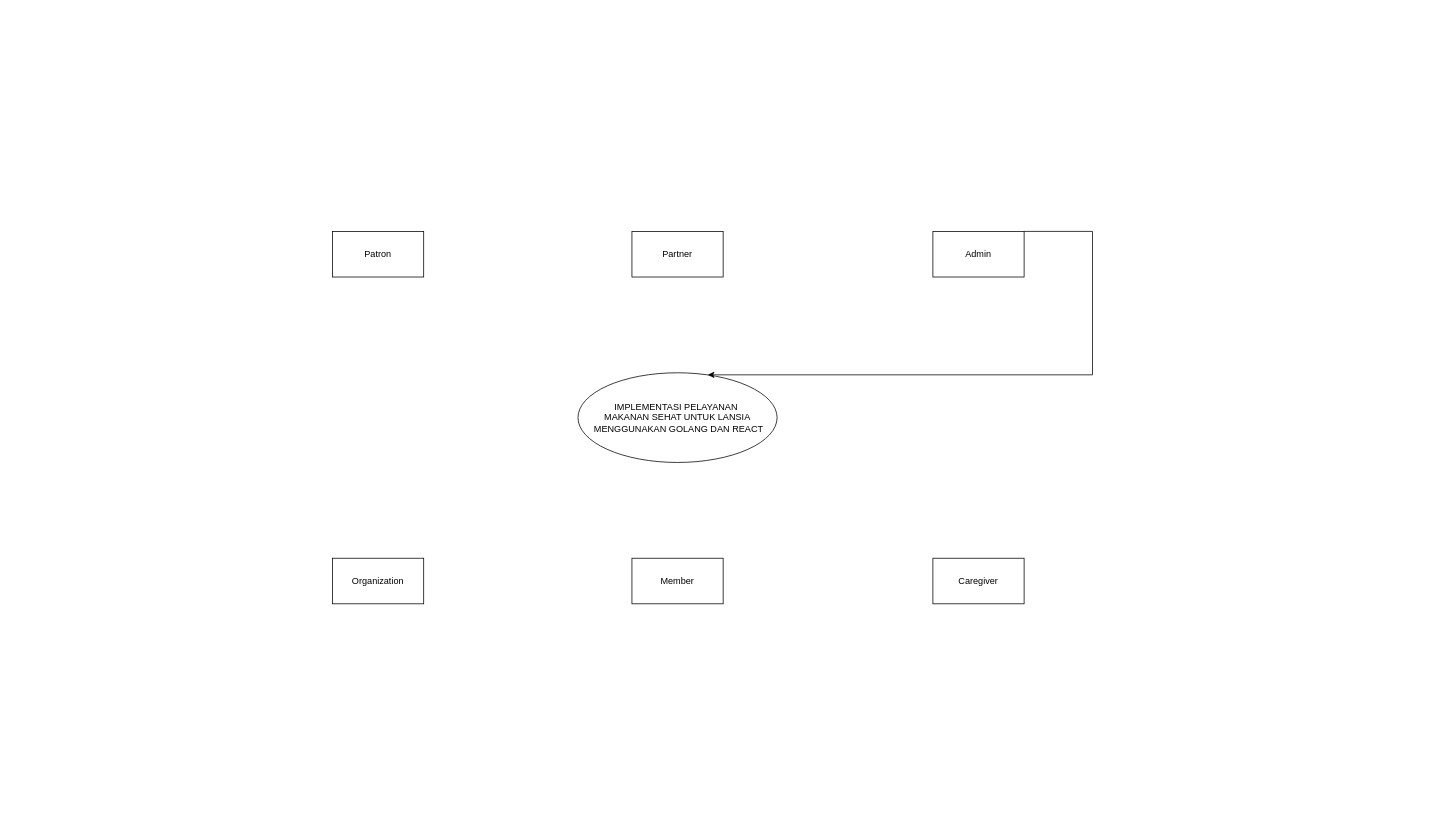
nathanieee/meals-backend keeps this draw.io diagram as Meals. (DFD).drawio. Above is the earlier version. Source tidied: cells renumbered, new cells numbered last; positions are measured from the earlier drawing's top-left corner, leaving out a move shared by most shapes. Both pictures are drawn from the tidied source at 76%, with x=0, y=0 at pixel (332, 231).
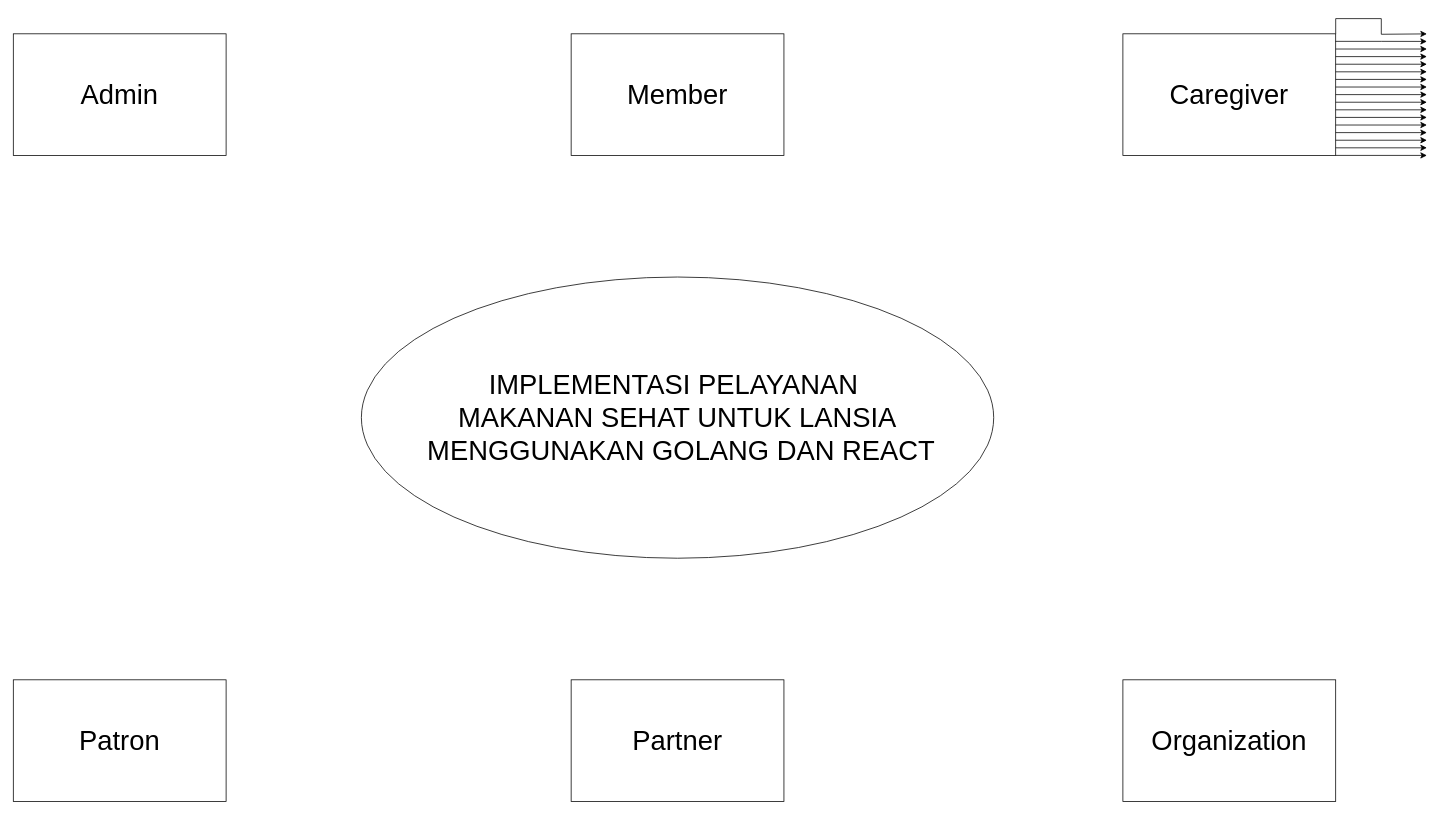
After the change.

What changed in the source:
```diff
@@
+    <mxCell id="3" value="&lt;span style=&quot;font-weight: normal; font-size: 36px;&quot;&gt;&lt;font style=&quot;font-size: 36px;&quot;&gt;IMPLEMENTASI PELAYANAN&amp;nbsp;&lt;/font&gt;&lt;/span&gt;&lt;div style=&quot;font-size: 36px;&quot;&gt;&lt;span style=&quot;font-weight: normal;&quot;&gt;&lt;font style=&quot;font-size: 36px;&quot;&gt;MAKANAN SEHAT UNTUK LANSIA&lt;/font&gt;&lt;/span&gt;&lt;/div&gt;&lt;div style=&quot;font-size: 36px;&quot;&gt;&lt;span style=&quot;font-weight: normal;&quot;&gt;&lt;font style=&quot;font-size: 36px;&quot;&gt;&amp;nbsp;MENGGUNAKAN GOLANG DAN REACT&lt;/font&gt;&lt;/span&gt;&lt;/div&gt;" style="ellipse;whiteSpace=wrap;html=1;fontStyle=1;" parent="1" vertex="1">
+      <mxGeometry x="38" y="60" width="832" height="370" as="geometry" />
+    </mxCell>
+    <mxCell id="10" style="edgeStyle=orthogonalEdgeStyle;rounded=0;jettySize=auto;html=1;exitX=1;exitY=0;exitDx=0;exitDy=0;" parent="1" edge="1" source="5">
+      <mxGeometry relative="1" as="geometry">
+        <mxPoint x="1440" y="-259.9" as="targetPoint" />
+      </mxGeometry>
+    </mxCell>
+    <mxCell id="5" value="&lt;font style=&quot;font-size: 36px;&quot;&gt;Caregiver&lt;/font&gt;" style="rounded=0;whiteSpace=wrap;html=1;" parent="1" vertex="1">
+      <mxGeometry x="1040" y="-260" width="280" height="160" as="geometry" />
+    </mxCell>
+    <mxCell id="4" value="&lt;font style=&quot;font-size: 36px;&quot;&gt;Member&lt;/font&gt;" style="rounded=0;whiteSpace=wrap;html=1;" parent="1" vertex="1">
+      <mxGeometry x="314" y="-260" width="280" height="160" as="geometry" />
+    </mxCell>
-    <mxCell id="2" value="Admin" style="rounded=0;whiteSpace=wrap;html=1;" parent="1" vertex="1">
-      <mxGeometry x="790" width="120" height="60" as="geometry" />
+    <mxCell id="2" value="&lt;font style=&quot;font-size: 36px;&quot;&gt;Admin&lt;/font&gt;" style="rounded=0;whiteSpace=wrap;html=1;" parent="1" vertex="1">
+      <mxGeometry x="-420" y="-260" width="280" height="160" as="geometry" />
     </mxCell>
-    <mxCell id="3" value="&lt;span style=&quot;font-weight: normal;&quot;&gt;IMPLEMENTASI PELAYANAN&amp;nbsp;&lt;/span&gt;&lt;div&gt;&lt;span style=&quot;font-weight: normal;&quot;&gt;MAKANAN SEHAT UNTUK LANSIA&lt;/span&gt;&lt;/div&gt;&lt;div&gt;&lt;span style=&quot;font-weight: normal;&quot;&gt;&amp;nbsp;MENGGUNAKAN GOLANG DAN REACT&lt;/span&gt;&lt;/div&gt;" style="ellipse;whiteSpace=wrap;html=1;fontStyle=1;" parent="1" vertex="1">
-      <mxGeometry x="323" y="186" width="262" height="118" as="geometry" />
-    </mxCell>
-    <mxCell id="4" value="Member" style="rounded=0;whiteSpace=wrap;html=1;" parent="1" vertex="1">
-      <mxGeometry x="394" y="430" width="120" height="60" as="geometry" />
-    </mxCell>
-    <mxCell id="5" value="Caregiver" style="rounded=0;whiteSpace=wrap;html=1;" parent="1" vertex="1">
-      <mxGeometry x="790" y="430" width="120" height="60" as="geometry" />
-    </mxCell>
+    <mxCell id="8" value="&lt;font style=&quot;font-size: 36px;&quot;&gt;Patron&lt;/font&gt;" style="rounded=0;whiteSpace=wrap;html=1;" parent="1" vertex="1">
+      <mxGeometry x="-420" y="590" width="280" height="160" as="geometry" />
+    </mxCell>
-    <mxCell id="6" value="Partner" style="rounded=0;whiteSpace=wrap;html=1;" parent="1" vertex="1">
-      <mxGeometry x="394" width="120" height="60" as="geometry" />
+    <mxCell id="6" value="&lt;font style=&quot;font-size: 36px;&quot;&gt;Partner&lt;/font&gt;" style="rounded=0;whiteSpace=wrap;html=1;" parent="1" vertex="1">
+      <mxGeometry x="314" y="590" width="280" height="160" as="geometry" />
     </mxCell>
-    <mxCell id="7" value="Organization" style="rounded=0;whiteSpace=wrap;html=1;" parent="1" vertex="1">
-      <mxGeometry y="430" width="120" height="60" as="geometry" />
+    <mxCell id="7" value="&lt;font style=&quot;font-size: 36px;&quot;&gt;Organization&lt;/font&gt;" style="rounded=0;whiteSpace=wrap;html=1;" parent="1" vertex="1">
+      <mxGeometry x="1040" y="590" width="280" height="160" as="geometry" />
     </mxCell>
-    <mxCell id="8" value="Patron" style="rounded=0;whiteSpace=wrap;html=1;" parent="1" vertex="1">
-      <mxGeometry width="120" height="60" as="geometry" />
-    </mxCell>
-    <mxCell id="9" style="edgeStyle=orthogonalEdgeStyle;rounded=0;jettySize=auto;html=1;exitX=1;exitY=0;exitDx=0;exitDy=0;entryX=0.652;entryY=0.023;entryDx=0;entryDy=0;entryPerimeter=0;" parent="1" edge="1" source="2" target="3">
-      <mxGeometry relative="1" as="geometry">
-        <Array as="points">
-          <mxPoint x="1000" />
-          <mxPoint x="1000" y="189" />
-        </Array>
-      </mxGeometry>
-    </mxCell>
+    <mxCell id="11" style="edgeStyle=orthogonalEdgeStyle;jettySize=auto;html=1;rounded=0;exitX=0.999;exitY=0.062;exitDx=0;exitDy=0;exitPerimeter=0;" parent="1" edge="1" source="5">
+      <mxGeometry relative="1" as="geometry">
+        <mxPoint x="1440" y="-250" as="targetPoint" />
+      </mxGeometry>
+    </mxCell>
+    <mxCell id="12" style="edgeStyle=orthogonalEdgeStyle;orthogonalLoop=1;jettySize=auto;html=1;rounded=0;exitX=0.999;exitY=0.062;exitDx=0;exitDy=0;exitPerimeter=0;" parent="1" edge="1">
+      <mxGeometry relative="1" as="geometry">
+        <mxPoint x="1320" y="-240" as="sourcePoint" />
+        <mxPoint x="1440" y="-240" as="targetPoint" />
+      </mxGeometry>
+    </mxCell>
+    <mxCell id="13" style="edgeStyle=orthogonalEdgeStyle;orthogonalLoop=1;jettySize=auto;html=1;rounded=0;exitX=0.999;exitY=0.062;exitDx=0;exitDy=0;exitPerimeter=0;" parent="1" edge="1">
+      <mxGeometry relative="1" as="geometry">
+        <mxPoint x="1320" y="-230" as="sourcePoint" />
+        <mxPoint x="1440" y="-230" as="targetPoint" />
+      </mxGeometry>
+    </mxCell>
+    <mxCell id="14" style="edgeStyle=orthogonalEdgeStyle;orthogonalLoop=1;jettySize=auto;html=1;rounded=0;exitX=0.999;exitY=0.062;exitDx=0;exitDy=0;exitPerimeter=0;" parent="1" edge="1">
+      <mxGeometry relative="1" as="geometry">
+        <mxPoint x="1320" y="-220" as="sourcePoint" />
+        <mxPoint x="1440" y="-220" as="targetPoint" />
+      </mxGeometry>
+    </mxCell>
+    <mxCell id="15" style="edgeStyle=orthogonalEdgeStyle;orthogonalLoop=1;jettySize=auto;html=1;rounded=0;exitX=0.999;exitY=0.062;exitDx=0;exitDy=0;exitPerimeter=0;" parent="1" edge="1">
+      <mxGeometry relative="1" as="geometry">
+        <mxPoint x="1320" y="-210" as="sourcePoint" />
+        <mxPoint x="1440" y="-210" as="targetPoint" />
+      </mxGeometry>
+    </mxCell>
+    <mxCell id="16" style="edgeStyle=orthogonalEdgeStyle;orthogonalLoop=1;jettySize=auto;html=1;rounded=0;exitX=0.999;exitY=0.062;exitDx=0;exitDy=0;exitPerimeter=0;" parent="1" edge="1">
+      <mxGeometry relative="1" as="geometry">
+        <mxPoint x="1320" y="-200" as="sourcePoint" />
+        <mxPoint x="1440" y="-200" as="targetPoint" />
+      </mxGeometry>
+    </mxCell>
+    <mxCell id="17" style="edgeStyle=orthogonalEdgeStyle;orthogonalLoop=1;jettySize=auto;html=1;rounded=0;exitX=0.999;exitY=0.062;exitDx=0;exitDy=0;exitPerimeter=0;" parent="1" edge="1">
+      <mxGeometry relative="1" as="geometry">
+        <mxPoint x="1320" y="-190" as="sourcePoint" />
+        <mxPoint x="1440" y="-190" as="targetPoint" />
+      </mxGeometry>
+    </mxCell>
+    <mxCell id="18" style="edgeStyle=orthogonalEdgeStyle;orthogonalLoop=1;jettySize=auto;html=1;rounded=0;exitX=0.999;exitY=0.062;exitDx=0;exitDy=0;exitPerimeter=0;" parent="1" edge="1">
+      <mxGeometry relative="1" as="geometry">
+        <mxPoint x="1320" y="-180" as="sourcePoint" />
+        <mxPoint x="1440" y="-180" as="targetPoint" />
+      </mxGeometry>
+    </mxCell>
+    <mxCell id="19" style="edgeStyle=orthogonalEdgeStyle;orthogonalLoop=1;jettySize=auto;html=1;rounded=0;exitX=0.999;exitY=0.062;exitDx=0;exitDy=0;exitPerimeter=0;" parent="1" edge="1">
+      <mxGeometry relative="1" as="geometry">
+        <mxPoint x="1320" y="-170" as="sourcePoint" />
+        <mxPoint x="1440" y="-170" as="targetPoint" />
+      </mxGeometry>
+    </mxCell>
+    <mxCell id="20" style="edgeStyle=orthogonalEdgeStyle;orthogonalLoop=1;jettySize=auto;html=1;rounded=0;exitX=0.999;exitY=0.062;exitDx=0;exitDy=0;exitPerimeter=0;" parent="1" edge="1">
+      <mxGeometry relative="1" as="geometry">
+        <mxPoint x="1320" y="-160" as="sourcePoint" />
+        <mxPoint x="1440" y="-160" as="targetPoint" />
+      </mxGeometry>
+    </mxCell>
+    <mxCell id="21" style="edgeStyle=orthogonalEdgeStyle;orthogonalLoop=1;jettySize=auto;html=1;rounded=0;exitX=0.999;exitY=0.062;exitDx=0;exitDy=0;exitPerimeter=0;" parent="1" edge="1">
+      <mxGeometry relative="1" as="geometry">
+        <mxPoint x="1320" y="-150" as="sourcePoint" />
+        <mxPoint x="1440" y="-150" as="targetPoint" />
+      </mxGeometry>
+    </mxCell>
+    <mxCell id="22" style="edgeStyle=orthogonalEdgeStyle;orthogonalLoop=1;jettySize=auto;html=1;rounded=0;exitX=0.999;exitY=0.062;exitDx=0;exitDy=0;exitPerimeter=0;" parent="1" edge="1">
+      <mxGeometry relative="1" as="geometry">
+        <mxPoint x="1320" y="-140" as="sourcePoint" />
+        <mxPoint x="1440" y="-140" as="targetPoint" />
+      </mxGeometry>
+    </mxCell>
+    <mxCell id="23" style="edgeStyle=orthogonalEdgeStyle;orthogonalLoop=1;jettySize=auto;html=1;rounded=0;exitX=0.999;exitY=0.062;exitDx=0;exitDy=0;exitPerimeter=0;" parent="1" edge="1">
+      <mxGeometry relative="1" as="geometry">
+        <mxPoint x="1320" y="-130" as="sourcePoint" />
+        <mxPoint x="1440" y="-130" as="targetPoint" />
+      </mxGeometry>
+    </mxCell>
+    <mxCell id="24" style="edgeStyle=orthogonalEdgeStyle;orthogonalLoop=1;jettySize=auto;html=1;rounded=0;exitX=0.999;exitY=0.062;exitDx=0;exitDy=0;exitPerimeter=0;" parent="1" edge="1">
+      <mxGeometry relative="1" as="geometry">
+        <mxPoint x="1320" y="-120" as="sourcePoint" />
+        <mxPoint x="1440" y="-120" as="targetPoint" />
+      </mxGeometry>
+    </mxCell>
+    <mxCell id="25" style="edgeStyle=orthogonalEdgeStyle;orthogonalLoop=1;jettySize=auto;html=1;rounded=0;exitX=0.999;exitY=0.062;exitDx=0;exitDy=0;exitPerimeter=0;" parent="1" edge="1">
+      <mxGeometry relative="1" as="geometry">
+        <mxPoint x="1320" y="-110" as="sourcePoint" />
+        <mxPoint x="1440" y="-110" as="targetPoint" />
+      </mxGeometry>
+    </mxCell>
+    <mxCell id="26" style="edgeStyle=orthogonalEdgeStyle;orthogonalLoop=1;jettySize=auto;html=1;rounded=0;exitX=0.999;exitY=0.062;exitDx=0;exitDy=0;exitPerimeter=0;" parent="1" edge="1">
+      <mxGeometry relative="1" as="geometry">
+        <mxPoint x="1320" y="-100" as="sourcePoint" />
+        <mxPoint x="1440" y="-100" as="targetPoint" />
+      </mxGeometry>
+    </mxCell>
```
